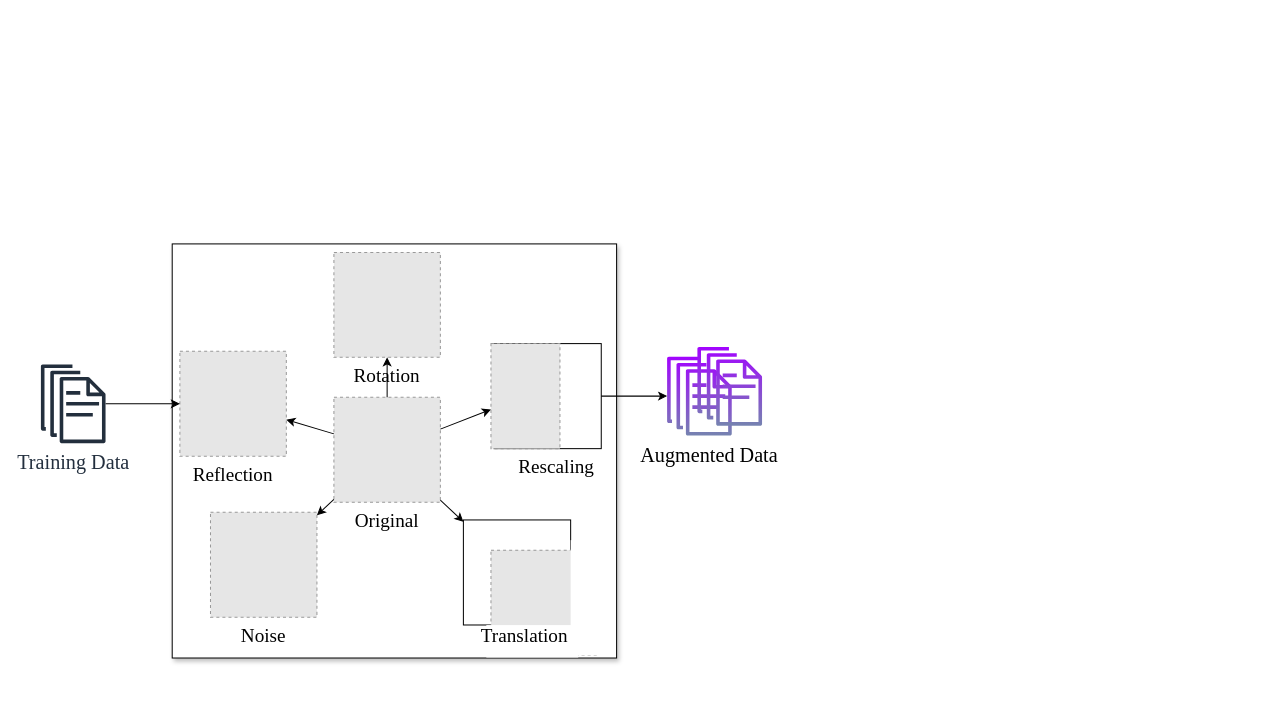
Before: images/Augmentation2.drawio in bettyballin/LabelOnlyMemInfAttacks, a draw.io diagram. Source tidied: cells renumbered, new cells numbered last; positions are measured from the earlier drawing's top-left corner, leaving out a move shared by most shapes. Both pictures are drawn from the tidied source at 101%, with x=0, y=0 at pixel (40, 243). Pictures stored in the file or linked from it are replaced by grey dashed boxes.
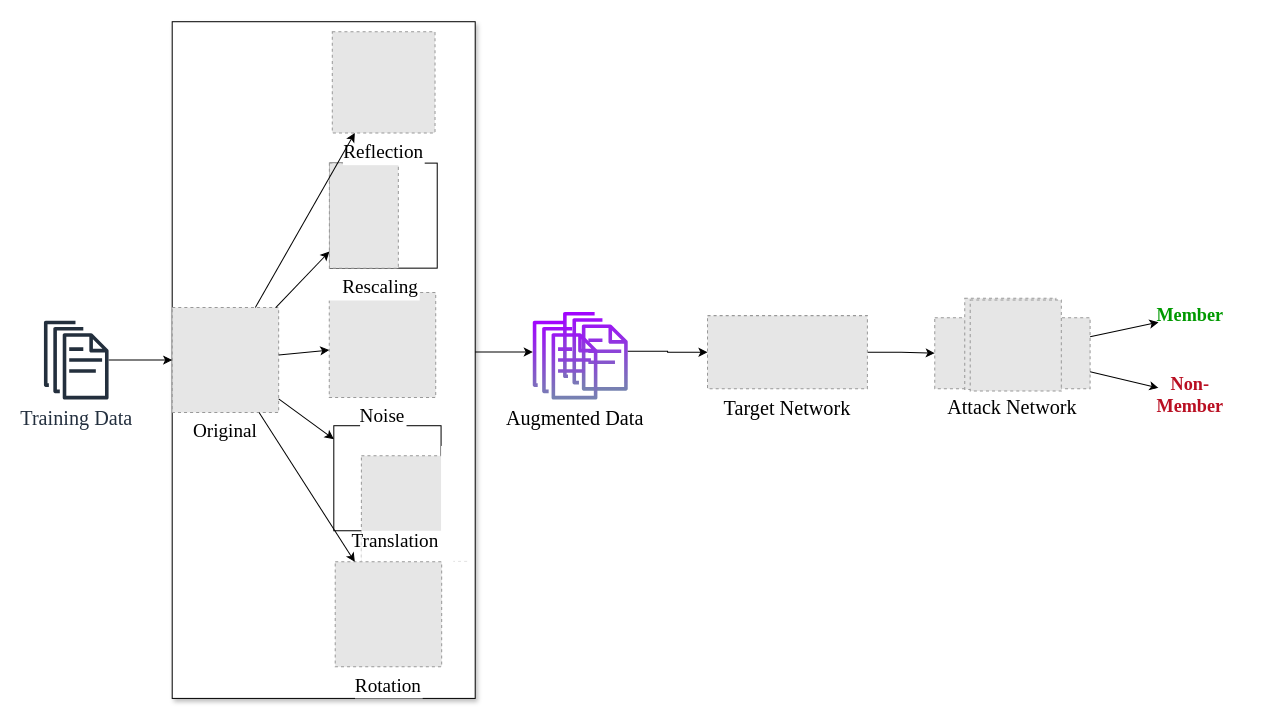
The same page after the edit.

Change to the diagram source:
```diff
@@
     <mxCell id="2" style="group;shadow=1;" parent="1" vertex="1">
-      <mxGeometry x="130" width="440" height="410" as="geometry" />
+      <mxGeometry x="130" y="-40" width="474" height="490" as="geometry" />
     </mxCell>
     <mxCell id="3" style="rounded=0;whiteSpace=wrap;html=1;fontFamily=Times New Roman;fontSize=19;shadow=1;" parent="2" vertex="1">
-      <mxGeometry width="440" height="410" as="geometry" />
+      <mxGeometry y="-180" width="300" height="670" as="geometry" />
     </mxCell>
     <mxCell id="4" style="rounded=0;whiteSpace=wrap;html=1;fontSize=19;fontFamily=Times New Roman;" parent="2" vertex="1">
-      <mxGeometry x="288.3" y="273.3" width="106.2" height="104" as="geometry" />
+      <mxGeometry x="160" y="220" width="106.2" height="104" as="geometry" />
     </mxCell>
-    <mxCell id="5" style="rounded=0;whiteSpace=wrap;html=1;fontSize=19;fontFamily=Times New Roman;" parent="2" vertex="1">
-      <mxGeometry x="318.6" y="98.7" width="106.2" height="104" as="geometry" />
-    </mxCell>
     <mxCell id="6" value="Original" style="fillColor=#E6E6E6;strokeColor=#999999;dashed=1;verticalLabelPosition=bottom;labelBackgroundColor=default;verticalAlign=top;fontSize=19;fontFamily=Times New Roman;" parent="2" vertex="1">
-      <mxGeometry x="160.1" y="151.9" width="105.4" height="103.9" as="geometry" />
+      <mxGeometry y="103" width="105.4" height="103.9" as="geometry" />
     </mxCell>
-    <mxCell id="7" value="Rotation" style="fillColor=#E6E6E6;strokeColor=#999999;dashed=1;verticalLabelPosition=bottom;labelBackgroundColor=default;verticalAlign=top;fontSize=19;fontFamily=Times New Roman;" parent="2" vertex="1">
-      <mxGeometry x="160.1" y="8.4" width="105.4" height="103.9" as="geometry" />
-    </mxCell>
     <mxCell id="8" style="fillColor=#E6E6E6;strokeColor=#999999;dashed=1;verticalLabelPosition=bottom;labelBackgroundColor=default;verticalAlign=top;fontSize=19;fontFamily=Times New Roman;" parent="2" vertex="1">
-      <mxGeometry x="315.6" y="303.2" width="105.4" height="103.9" as="geometry" />
+      <mxGeometry x="187.3" y="249.8" width="105.4" height="103.9" as="geometry" />
     </mxCell>
-    <mxCell id="9" value="             Rescaling" style="fillColor=#E6E6E6;strokeColor=#999999;dashed=1;verticalLabelPosition=bottom;labelBackgroundColor=default;verticalAlign=top;fontSize=19;fontFamily=Times New Roman;" parent="2" vertex="1">
-      <mxGeometry x="315.6" y="98.7" width="68.3" height="104" as="geometry" />
-    </mxCell>
     <mxCell id="10" style="rounded=0;whiteSpace=wrap;html=1;strokeColor=none;fontSize=19;fontFamily=Times New Roman;" parent="2" vertex="1">
-      <mxGeometry x="311" y="377.4" width="91" height="32.1" as="geometry" />
+      <mxGeometry x="187.3" y="324" width="91" height="32.1" as="geometry" />
     </mxCell>
     <mxCell id="11" style="rounded=0;whiteSpace=wrap;html=1;strokeColor=none;fontSize=19;fontFamily=Times New Roman;" parent="2" vertex="1">
-      <mxGeometry x="394.5" y="293.3" width="30.3" height="113.9" as="geometry" />
+      <mxGeometry x="266.2" y="240" width="30.3" height="113.9" as="geometry" />
     </mxCell>
@@
+    <mxCell id="15" value="Translation" style="text;html=1;strokeColor=none;fillColor=none;align=center;verticalAlign=middle;whiteSpace=wrap;rounded=0;fontSize=19;fontFamily=Times New Roman;" parent="2" vertex="1">
+      <mxGeometry x="197.9" y="324" width="45.5" height="22.8" as="geometry" />
+    </mxCell>
+    <mxCell id="7" value="Rotation" style="fillColor=#E6E6E6;strokeColor=#999999;dashed=1;verticalLabelPosition=bottom;labelBackgroundColor=default;verticalAlign=top;fontSize=19;fontFamily=Times New Roman;" parent="2" vertex="1">
+      <mxGeometry x="161.4" y="354.8" width="105.4" height="103.9" as="geometry" />
+    </mxCell>
@@
+    <mxCell id="18" value="Noise&#10;" style="fillColor=#E6E6E6;strokeColor=#999999;dashed=1;verticalLabelPosition=bottom;labelBackgroundColor=default;verticalAlign=top;fontSize=19;fontFamily=Times New Roman;" parent="2" vertex="1">
+      <mxGeometry x="155.5" y="88" width="105.4" height="104" as="geometry" />
+    </mxCell>
+    <mxCell id="19" style="endArrow=classic;html=1;rounded=0;fontSize=19;fontFamily=Times New Roman;" parent="2" edge="1" source="6" target="18">
+      <mxGeometry relative="1" as="geometry" />
+    </mxCell>
+    <mxCell id="5" style="rounded=0;whiteSpace=wrap;html=1;fontSize=19;fontFamily=Times New Roman;" parent="2" vertex="1">
+      <mxGeometry x="156.2" y="-40" width="106.2" height="104" as="geometry" />
+    </mxCell>
+    <mxCell id="9" value="       Rescaling" style="fillColor=#E6E6E6;strokeColor=#999999;dashed=1;verticalLabelPosition=bottom;labelBackgroundColor=default;verticalAlign=top;fontSize=19;fontFamily=Times New Roman;" parent="2" vertex="1">
+      <mxGeometry x="155.6" y="-40" width="68.3" height="104" as="geometry" />
+    </mxCell>
@@
-    <mxCell id="15" value="Translation" style="text;html=1;strokeColor=none;fillColor=none;align=center;verticalAlign=middle;whiteSpace=wrap;rounded=0;fontSize=19;fontFamily=Times New Roman;" parent="2" vertex="1">
-      <mxGeometry x="326.2" y="377.4" width="45.5" height="22.8" as="geometry" />
-    </mxCell>
+    <mxCell id="24" value="&amp;nbsp;" style="sketch=0;outlineConnect=0;fillColor=#A203FF;strokeColor=#996185;dashed=0;verticalLabelPosition=bottom;verticalAlign=top;align=center;html=1;fontSize=20;fontStyle=0;shape=mxgraph.aws4.documents;fontFamily=Times New Roman;gradientColor=#7683B0;" parent="2" vertex="1">
+      <mxGeometry x="387" y="107.3" width="64" height="78" as="geometry" />
+    </mxCell>
+    <mxCell id="22" value="&amp;nbsp;&amp;nbsp;&amp;nbsp; Augmented Data" style="sketch=0;outlineConnect=0;fillColor=#A203FF;strokeColor=#996185;dashed=0;verticalLabelPosition=bottom;verticalAlign=top;align=center;html=1;fontSize=20;fontStyle=0;shape=mxgraph.aws4.documents;fontFamily=Times New Roman;gradientColor=#7683B0;" parent="2" vertex="1">
+      <mxGeometry x="357" y="116" width="64" height="78" as="geometry" />
+    </mxCell>
+    <mxCell id="25" style="endArrow=classic;html=1;rounded=0;fontSize=20;" parent="2" edge="1">
+      <mxGeometry relative="1" as="geometry">
+        <mxPoint x="300" y="147" as="sourcePoint" />
+        <mxPoint x="357" y="147" as="targetPoint" />
+      </mxGeometry>
+    </mxCell>
+    <mxCell id="26" style="edgeStyle=orthogonalEdgeStyle;rounded=0;jettySize=auto;html=1;" parent="1" edge="1" source="21" target="3">
+      <mxGeometry relative="1" as="geometry" />
+    </mxCell>
+    <mxCell id="21" value="Training Data" style="sketch=0;outlineConnect=0;fontColor=#232F3E;gradientColor=none;fillColor=#232F3D;strokeColor=none;dashed=0;verticalLabelPosition=bottom;verticalAlign=top;align=center;html=1;fontSize=20;fontStyle=0;shape=mxgraph.aws4.documents;fontFamily=Times New Roman;" parent="1" vertex="1">
+      <mxGeometry x="3" y="76" width="64" height="78" as="geometry" />
+    </mxCell>
-    <mxCell id="16" value="Reflection" style="fillColor=#E6E6E6;strokeColor=#999999;dashed=1;verticalLabelPosition=bottom;labelBackgroundColor=default;verticalAlign=top;fontSize=19;fontFamily=Times New Roman;" parent="2" vertex="1">
-      <mxGeometry x="7.6" y="106.3" width="105.4" height="103.9" as="geometry" />
+    <mxCell id="16" value="Reflection" style="fillColor=#E6E6E6;strokeColor=#999999;dashed=1;verticalLabelPosition=bottom;labelBackgroundColor=default;verticalAlign=top;fontSize=19;fontFamily=Times New Roman;" parent="1" vertex="1">
+      <mxGeometry x="288.5" y="-210" width="101.7" height="100.2" as="geometry" />
     </mxCell>
-    <mxCell id="17" style="endArrow=classic;html=1;rounded=0;fontSize=19;fontFamily=Times New Roman;" parent="2" edge="1" source="6" target="16">
+    <mxCell id="17" style="endArrow=classic;html=1;rounded=0;fontSize=19;fontFamily=Times New Roman;" parent="1" edge="1" source="6" target="16">
       <mxGeometry relative="1" as="geometry" />
     </mxCell>
-    <mxCell id="18" value="Noise&#10;" style="fillColor=#E6E6E6;strokeColor=#999999;dashed=1;verticalLabelPosition=bottom;labelBackgroundColor=default;verticalAlign=top;fontSize=19;fontFamily=Times New Roman;" parent="2" vertex="1">
-      <mxGeometry x="37.9" y="265.7" width="105.4" height="104" as="geometry" />
-    </mxCell>
-    <mxCell id="19" style="endArrow=classic;html=1;rounded=0;fontSize=19;fontFamily=Times New Roman;" parent="2" edge="1" source="6" target="18">
-      <mxGeometry relative="1" as="geometry" />
-    </mxCell>
-    <mxCell id="20" style="edgeStyle=orthogonalEdgeStyle;rounded=0;jettySize=auto;html=1;fontFamily=Times New Roman;fontSize=19;" parent="1" edge="1" source="21" target="16">
-      <mxGeometry relative="1" as="geometry" />
-    </mxCell>
-    <mxCell id="21" value="Training Data" style="sketch=0;outlineConnect=0;fontColor=#232F3E;gradientColor=none;fillColor=#232F3D;strokeColor=none;dashed=0;verticalLabelPosition=bottom;verticalAlign=top;align=center;html=1;fontSize=20;fontStyle=0;shape=mxgraph.aws4.documents;fontFamily=Times New Roman;" parent="1" vertex="1">
-      <mxGeometry y="119.3" width="64" height="78" as="geometry" />
-    </mxCell>
-    <mxCell id="22" value="&amp;nbsp;&amp;nbsp;&amp;nbsp; Augmented Data" style="sketch=0;outlineConnect=0;fillColor=#A203FF;strokeColor=#996185;dashed=0;verticalLabelPosition=bottom;verticalAlign=top;align=center;html=1;fontSize=20;fontStyle=0;shape=mxgraph.aws4.documents;fontFamily=Times New Roman;gradientColor=#7683B0;" parent="1" vertex="1">
-      <mxGeometry x="620" y="111.7" width="64" height="78" as="geometry" />
-    </mxCell>
-    <mxCell id="23" style="edgeStyle=orthogonalEdgeStyle;rounded=0;jettySize=auto;html=1;fontFamily=Times New Roman;fontSize=20;" parent="1" edge="1" source="5" target="22">
-      <mxGeometry relative="1" as="geometry" />
-    </mxCell>
-    <mxCell id="24" value="&amp;nbsp;" style="sketch=0;outlineConnect=0;fillColor=#A203FF;strokeColor=#996185;dashed=0;verticalLabelPosition=bottom;verticalAlign=top;align=center;html=1;fontSize=20;fontStyle=0;shape=mxgraph.aws4.documents;fontFamily=Times New Roman;gradientColor=#7683B0;" parent="1" vertex="1">
-      <mxGeometry x="650" y="102" width="64" height="78" as="geometry" />
-    </mxCell>
+    <mxCell id="27" style="group;" parent="1" vertex="1">
+      <mxGeometry x="604" y="49" width="610" height="150" as="geometry" />
+    </mxCell>
+    <mxCell id="28" value="Member" style="text;html=1;strokeColor=none;fillColor=none;align=center;verticalAlign=middle;whiteSpace=wrap;rounded=0;fontStyle=1;fontSize=18;fontFamily=Times New Roman;fontColor=#009900;" parent="27" vertex="1">
+      <mxGeometry x="502.5" width="61.5" height="44.1" as="geometry" />
+    </mxCell>
+    <mxCell id="29" value="&lt;font style=&quot;font-size: 18px;&quot; color=&quot;#B90F22&quot;&gt;Non-Member&lt;/font&gt;" style="text;html=1;strokeColor=none;fillColor=none;align=center;verticalAlign=middle;whiteSpace=wrap;rounded=0;fontColor=#CC0000;fontStyle=1;fontSize=18;fontFamily=Times New Roman;" parent="27" vertex="1">
+      <mxGeometry x="502.5" y="78.8" width="61.5" height="44.1" as="geometry" />
+    </mxCell>
+    <mxCell id="30" style="group;fontSize=18;fontFamily=Times New Roman;" parent="27" vertex="1">
+      <mxGeometry x="333.2" y="2.9" width="153.8" height="147.1" as="geometry" />
+    </mxCell>
+    <mxCell id="31" value="Attack Network" style="fillColor=#E6E6E6;strokeColor=#999999;dashed=1;verticalLabelPosition=bottom;verticalAlign=top;fontFamily=Times New Roman;fontSize=20;" parent="30" vertex="1">
+      <mxGeometry x="-52.2" y="21.1" width="153.8" height="70.4" as="geometry" />
+    </mxCell>
+    <mxCell id="32" style="group;fontSize=18;fontFamily=Times New Roman;" parent="30" vertex="1">
+      <mxGeometry x="-22.5" y="2" width="102.5" height="147.1" as="geometry" />
+    </mxCell>
+    <mxCell id="33" style="fillColor=#E6E6E6;strokeColor=#999999;dashed=1;verticalLabelPosition=bottom;labelBackgroundColor=default;verticalAlign=top;fontSize=18;fontFamily=Times New Roman;" parent="32" vertex="1">
+      <mxGeometry width="90.2" height="90.2" as="geometry" />
+    </mxCell>
+    <mxCell id="34" style="fillColor=#E6E6E6;strokeColor=#999999;dashed=1;verticalLabelPosition=bottom;labelBackgroundColor=default;verticalAlign=top;fontSize=18;fontFamily=Times New Roman;" parent="32" vertex="1">
+      <mxGeometry x="5.4" y="1.6" width="90.2" height="90.2" as="geometry" />
+    </mxCell>
+    <mxCell id="35" style="endArrow=classic;html=1;rounded=0;fontSize=18;fontFamily=Times New Roman;" parent="27" edge="1" source="31" target="28">
+      <mxGeometry relative="1" as="geometry" />
+    </mxCell>
+    <mxCell id="36" style="endArrow=classic;html=1;rounded=0;fontSize=18;fontFamily=Times New Roman;" parent="27" edge="1" source="31" target="29">
+      <mxGeometry relative="1" as="geometry" />
+    </mxCell>
+    <mxCell id="37" style="edgeStyle=orthogonalEdgeStyle;rounded=0;jettySize=auto;html=1;" parent="27" edge="1" source="38" target="31">
+      <mxGeometry relative="1" as="geometry" />
+    </mxCell>
+    <mxCell id="38" value="Target Network" style="fillColor=#E6E6E6;strokeColor=#999999;dashed=1;verticalLabelPosition=bottom;labelBackgroundColor=default;verticalAlign=top;fontFamily=Times New Roman;fontSize=20;" parent="27" vertex="1">
+      <mxGeometry x="56" y="22" width="158.3" height="72.5" as="geometry" />
+    </mxCell>
+    <mxCell id="39" style="edgeStyle=orthogonalEdgeStyle;rounded=0;jettySize=auto;html=1;" parent="1" edge="1" source="24" target="38">
+      <mxGeometry relative="1" as="geometry" />
+    </mxCell>
```
